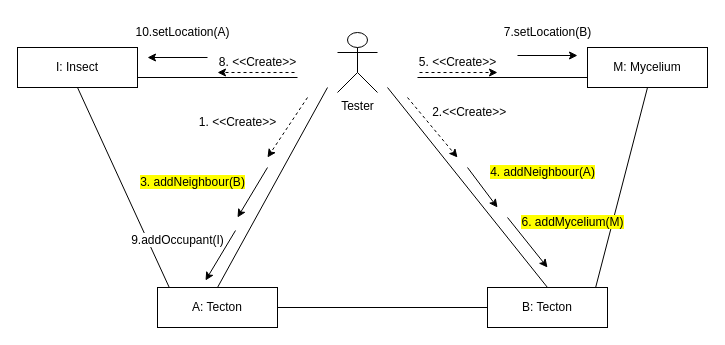
This is page "InsectMoveKomm" (1 of 9) of BJ komm. és szekv. diagrammok.drawio from koharzsombor/bandITs, a draw.io file, before an edit. Source tidied: cells renumbered, new cells numbered last; positions are measured from the earlier drawing's top-left corner, leaving out a move shared by most shapes. Both pictures are drawn from the tidied source at 100%, with x=0, y=0 at pixel (17, 17).
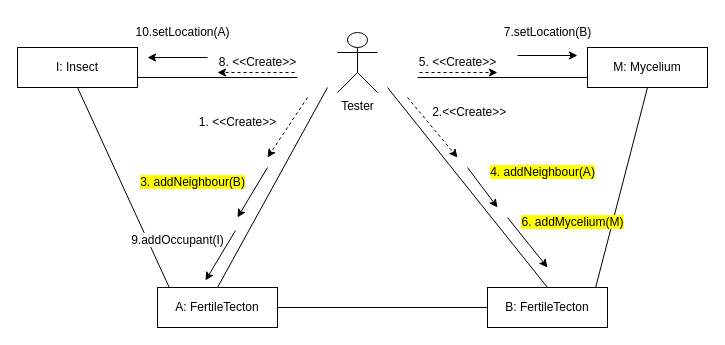
After the change.

Diff of the diagram source:
```diff
@@
-    <mxCell id="2" value="A: Tecton" style="html=1;whiteSpace=wrap;" parent="1" vertex="1">
+    <mxCell id="2" value="A: FertileTecton" style="html=1;whiteSpace=wrap;" parent="1" vertex="1">
       <mxGeometry x="140" y="270" width="120" height="40" as="geometry" />
     </mxCell>
-    <mxCell id="3" value="B: Tecton" style="html=1;whiteSpace=wrap;" parent="1" vertex="1">
+    <mxCell id="3" value="B: Fertile&lt;span style=&quot;background-color: transparent; color: light-dark(rgb(0, 0, 0), rgb(255, 255, 255));&quot;&gt;Tecton&lt;/span&gt;" style="html=1;whiteSpace=wrap;" parent="1" vertex="1">
       <mxGeometry x="470" y="270" width="120" height="40" as="geometry" />
     </mxCell>
```
